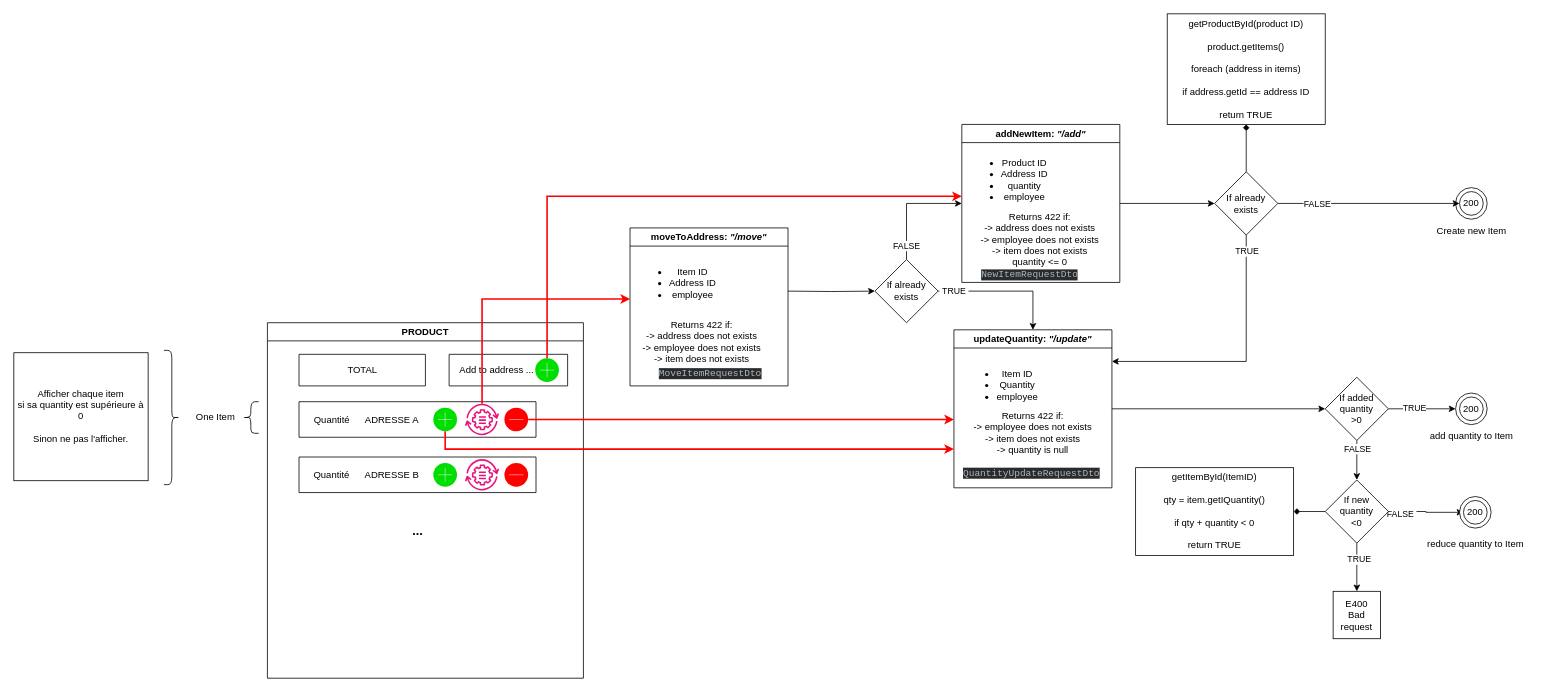
Before: docs/diagrams/Product_interface_v1.drawio in PROCOM-ERP/IMT-3A-PROCOM-ERP, a draw.io diagram. Source tidied: cells renumbered, new cells numbered last; positions are measured from the earlier drawing's top-left corner, leaving out a move shared by most shapes. Both pictures are drawn from the tidied source at 79%, with x=0, y=0 at pixel (13, 13).
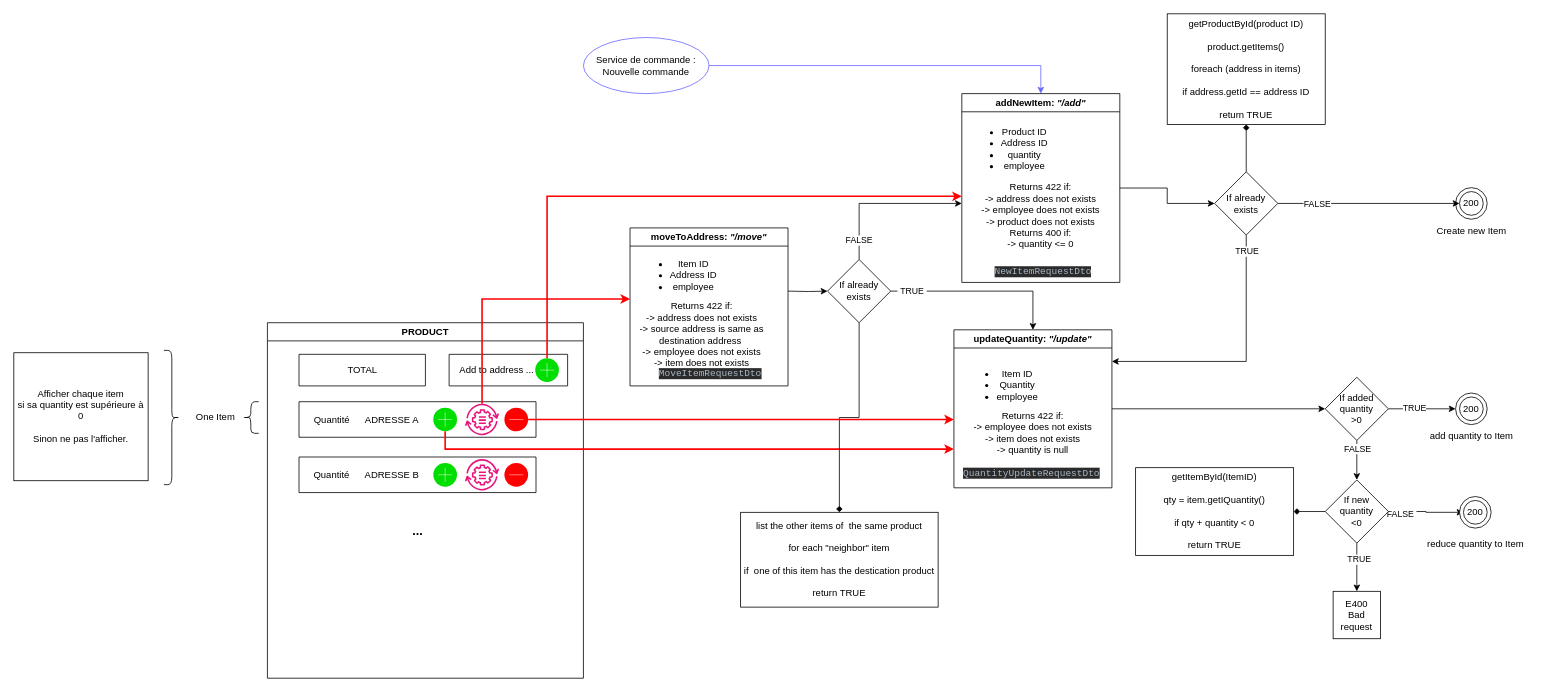
Above is the later version.

Unchanged cells that the change refers to:
```xml
<mxCell id="50" value="moveToAddress: &lt;i&gt;&quot;/move&quot;&lt;/i&gt;" style="swimlane;whiteSpace=wrap;html=1;" parent="1" vertex="1">
  <mxGeometry x="780" y="271" width="200" height="200" as="geometry" />
</mxCell>
```

Diff of the diagram source:
```diff
@@
     <mxCell id="20" value="addNewItem: &lt;i&gt;&quot;/add&quot;&lt;/i&gt;" style="swimlane;whiteSpace=wrap;html=1;startSize=23;" parent="1" vertex="1">
-      <mxGeometry x="1200" y="140" width="200" height="200" as="geometry" />
+      <mxGeometry x="1200" y="101" width="200" height="239" as="geometry" />
     </mxCell>
@@
-    <mxCell id="22" value="Returns 422 if:&lt;br&gt;-&amp;gt; address does not exists&lt;br&gt;-&amp;gt; employee does not exists&lt;br&gt;-&amp;gt; item does not exists&lt;br&gt;quantity &amp;lt;= 0" style="text;html=1;strokeColor=none;fillColor=none;align=center;verticalAlign=middle;whiteSpace=wrap;rounded=0;" parent="20" vertex="1">
-      <mxGeometry x="18" y="131" width="162" height="30" as="geometry" />
+    <mxCell id="22" value="Returns 422 if:&lt;br&gt;-&amp;gt; address does not exists&lt;br&gt;-&amp;gt; employee does not exists&lt;br&gt;-&amp;gt; product does not exists&lt;br&gt;Returns 400 if:&lt;br&gt;-&amp;gt; quantity &amp;lt;= 0" style="text;html=1;strokeColor=none;fillColor=none;align=center;verticalAlign=middle;whiteSpace=wrap;rounded=0;" parent="20" vertex="1">
+      <mxGeometry x="19" y="140" width="162" height="30" as="geometry" />
     </mxCell>
     <mxCell id="23" value="&lt;div style=&quot;background-color:#2b2b2b;color:#a9b7c6&quot;&gt;&lt;pre style=&quot;font-family:'JetBrains Mono',monospace;font-size:9,8pt;&quot;&gt;NewItemRequestDto&lt;/pre&gt;&lt;/div&gt;" style="text;whiteSpace=wrap;html=1;" parent="20" vertex="1">
-      <mxGeometry x="23" y="165" width="160" height="30" as="geometry" />
+      <mxGeometry x="40" y="200" width="160" height="30" as="geometry" />
     </mxCell>
@@
     <mxCell id="51" value="&lt;ul&gt;&lt;li&gt;Item ID&lt;/li&gt;&lt;li&gt;Address ID&lt;/li&gt;&lt;li&gt;&lt;span style=&quot;background-color: initial;&quot;&gt;employee&lt;/span&gt;&lt;br&gt;&lt;/li&gt;&lt;/ul&gt;" style="text;html=1;align=center;verticalAlign=middle;strokeColor=none;fillColor=none;" parent="50" vertex="1">
-      <mxGeometry x="-1" y="30" width="120" height="80" as="geometry" />
+      <mxGeometry y="20" width="120" height="80" as="geometry" />
     </mxCell>
-    <mxCell id="52" value="Returns 422 if:&lt;br&gt;-&amp;gt; address does not exists&lt;br&gt;-&amp;gt; employee does not exists&lt;br&gt;-&amp;gt; item does not exists" style="text;html=1;strokeColor=none;fillColor=none;align=center;verticalAlign=middle;whiteSpace=wrap;rounded=0;" parent="50" vertex="1">
-      <mxGeometry x="10" y="129" width="162" height="30" as="geometry" />
+    <mxCell id="52" value="Returns 422 if:&lt;br&gt;-&amp;gt; address does not exists&lt;br&gt;-&amp;gt; source address is same as destination address&amp;nbsp;&lt;br&gt;-&amp;gt; employee does not exists&lt;br&gt;-&amp;gt; item does not exists" style="text;html=1;strokeColor=none;fillColor=none;align=center;verticalAlign=middle;whiteSpace=wrap;rounded=0;" parent="50" vertex="1">
+      <mxGeometry x="10" y="120" width="162" height="30" as="geometry" />
     </mxCell>
@@
-    <mxCell id="57" style="edgeStyle=orthogonalEdgeStyle;rounded=0;jettySize=auto;html=1;" parent="1" edge="1" source="59" target="20">
+    <mxCell id="57" style="edgeStyle=orthogonalEdgeStyle;rounded=0;jettySize=auto;html=1;exitX=0.5;exitY=0;exitDx=0;exitDy=0;" parent="1" edge="1" source="59" target="20">
       <mxGeometry relative="1" as="geometry">
         <Array as="points">
-          <mxPoint x="1130" y="240" />
+          <mxPoint x="1070" y="240" />
         </Array>
       </mxGeometry>
     </mxCell>
@@
+    <mxCell id="81" style="edgeStyle=orthogonalEdgeStyle;rounded=0;jettySize=auto;html=1;endArrow=diamond;endFill=1;" parent="1" edge="1" source="59" target="82">
+      <mxGeometry relative="1" as="geometry" />
+    </mxCell>
     <mxCell id="59" value="If already&lt;br&gt;exists" style="rhombus;whiteSpace=wrap;html=1;" parent="1" vertex="1">
-      <mxGeometry x="1090" y="311" width="80" height="80" as="geometry" />
+      <mxGeometry x="1030" y="311" width="80" height="80" as="geometry" />
     </mxCell>
@@
+    <mxCell id="82" value="list the other items of&amp;nbsp; the same product&lt;br&gt;&lt;br&gt;for each &quot;neighbor&quot; item&lt;br&gt;&lt;br&gt;if&amp;nbsp; one of this item has the destication product&lt;br&gt;&lt;br&gt;return TRUE" style="rounded=0;whiteSpace=wrap;html=1;" parent="1" vertex="1">
+      <mxGeometry x="920" y="631" width="250" height="120" as="geometry" />
+    </mxCell>
+    <mxCell id="83" style="edgeStyle=orthogonalEdgeStyle;rounded=0;jettySize=auto;html=1;entryX=0.5;entryY=0;entryDx=0;entryDy=0;strokeColor=#6666FF;" parent="1" edge="1" source="84" target="20">
+      <mxGeometry relative="1" as="geometry" />
+    </mxCell>
+    <mxCell id="84" value="Service de commande :&lt;br&gt;Nouvelle commande" style="ellipse;whiteSpace=wrap;html=1;strokeColor=#6666FF;" parent="1" vertex="1">
+      <mxGeometry x="721" y="30" width="159" height="71" as="geometry" />
+    </mxCell>
```
